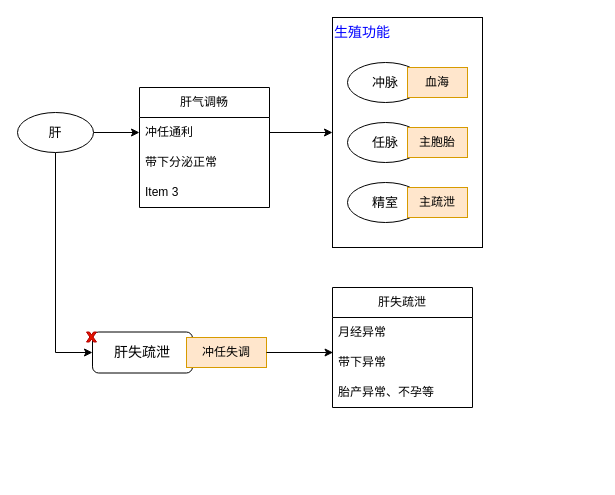
This is 医门推敲叁/中医藏象学说/藏象学说之肝/肝的生理功能/005肝的调节生殖功能.drawio from 328507133/chart, a draw.io file, before an edit. Source tidied: cells renumbered, new cells numbered last; positions are measured from the earlier drawing's top-left corner, leaving out a move shared by most shapes. Both pictures are drawn from the tidied source at 100%, with x=0, y=0 at pixel (17, 17).
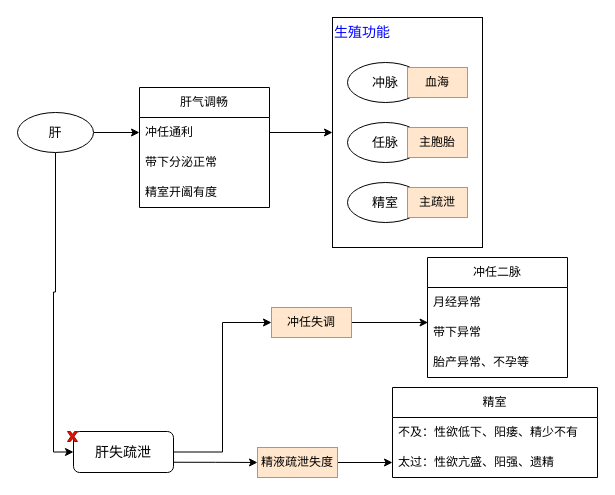
The same diagram, later.

Commit message (it also covers changes not shown here):
更新005肝的调节生殖功能.drawio

Unchanged cells that the change refers to:
```xml
<mxCell id="19" value="肝气调畅" style="swimlane;fontStyle=0;horizontal=1;startSize=30;whiteSpace=wrap;html=1;" parent="1" vertex="1">
  <mxGeometry x="122" y="70" width="130" height="120" as="geometry" />
</mxCell>
<mxCell id="26" value="带下异常" style="text;strokeColor=none;fillColor=none;align=left;verticalAlign=middle;spacingLeft=4;spacingRight=4;overflow=hidden;points=[[0,0.5],[1,0.5]];portConstraint=eastwest;whiteSpace=wrap;html=1;" parent="24" vertex="1">
  <mxGeometry y="60" width="140" height="30" as="geometry" />
</mxCell>
<mxCell id="29" value="肝失疏泄" style="rounded=1;whiteSpace=wrap;html=1;fontSize=14;" parent="28" vertex="1">
  <mxGeometry x="6" width="100" height="41" as="geometry" />
</mxCell>
```

What changed in the source:
```diff
@@
-    <mxCell id="22" value="Item 3" style="text;strokeColor=none;fillColor=none;align=left;verticalAlign=middle;spacingLeft=4;spacingRight=4;overflow=hidden;whiteSpace=wrap;html=1;" parent="19" vertex="1">
+    <mxCell id="22" value="精室开阖有度" style="text;strokeColor=none;fillColor=none;align=left;verticalAlign=middle;spacingLeft=4;spacingRight=4;overflow=hidden;whiteSpace=wrap;html=1;" parent="19" vertex="1">
       <mxGeometry y="90" width="130" height="30" as="geometry" />
     </mxCell>
@@
-    <mxCell id="24" value="肝失疏泄" style="swimlane;fontStyle=0;horizontal=1;startSize=30;whiteSpace=wrap;html=1;" parent="1" vertex="1">
-      <mxGeometry x="315" y="270" width="140" height="120" as="geometry" />
+    <mxCell id="24" value="冲任二脉" style="swimlane;fontStyle=0;horizontal=1;startSize=30;whiteSpace=wrap;html=1;" parent="1" vertex="1">
+      <mxGeometry x="410" y="240" width="140" height="120" as="geometry" />
     </mxCell>
@@
     <mxCell id="28" style="group;" parent="1" vertex="1">
-      <mxGeometry x="69" y="314.5" width="180" height="41" as="geometry" />
+      <mxGeometry x="50" y="414" width="180" height="41" as="geometry" />
     </mxCell>
@@
+    <mxCell id="32" style="edgeStyle=orthogonalEdgeStyle;rounded=0;jettySize=auto;html=1;entryX=0.004;entryY=0.167;entryDx=0;entryDy=0;entryPerimeter=0;" parent="1" edge="1" source="31" target="26">
+      <mxGeometry relative="1" as="geometry" />
+    </mxCell>
+    <mxCell id="33" value="精室" style="swimlane;fontStyle=0;horizontal=1;startSize=30;whiteSpace=wrap;html=1;" parent="1" vertex="1">
+      <mxGeometry x="375" y="370" width="205" height="90" as="geometry" />
+    </mxCell>
+    <mxCell id="34" value="不及：性欲低下、阳痿、精少不有" style="text;strokeColor=none;fillColor=none;align=left;verticalAlign=middle;spacingLeft=4;spacingRight=4;overflow=hidden;whiteSpace=wrap;html=1;" parent="33" vertex="1">
+      <mxGeometry y="30" width="205" height="30" as="geometry" />
+    </mxCell>
+    <mxCell id="35" value="太过：性欲亢盛、阳强、遗精" style="text;strokeColor=none;fillColor=none;align=left;verticalAlign=middle;spacingLeft=4;spacingRight=4;overflow=hidden;points=[[0,0.5],[1,0.5]];portConstraint=eastwest;whiteSpace=wrap;html=1;" parent="33" vertex="1">
+      <mxGeometry y="60" width="205" height="30" as="geometry" />
+    </mxCell>
-    <mxCell id="31" value="冲任失调" style="text;html=1;strokeColor=#d79b00;fillColor=#ffe6cc;align=center;verticalAlign=middle;whiteSpace=wrap;rounded=0;" parent="28" vertex="1">
-      <mxGeometry x="100" y="5.5" width="80" height="30" as="geometry" />
+    <mxCell id="31" value="冲任失调" style="text;html=1;strokeColor=#d79b00;fillColor=#ffe6cc;align=center;verticalAlign=middle;whiteSpace=wrap;rounded=0;" parent="1" vertex="1">
+      <mxGeometry x="254" y="290" width="80" height="30" as="geometry" />
     </mxCell>
-    <mxCell id="32" style="edgeStyle=orthogonalEdgeStyle;rounded=0;jettySize=auto;html=1;entryX=0.004;entryY=0.167;entryDx=0;entryDy=0;entryPerimeter=0;" parent="1" edge="1" source="31" target="26">
-      <mxGeometry relative="1" as="geometry" />
-    </mxCell>
+    <mxCell id="36" style="edgeStyle=orthogonalEdgeStyle;rounded=0;jettySize=auto;html=1;exitX=1;exitY=0.5;exitDx=0;exitDy=0;entryX=0;entryY=0.5;entryDx=0;entryDy=0;" parent="1" edge="1" source="29" target="31">
+      <mxGeometry relative="1" as="geometry" />
+    </mxCell>
+    <mxCell id="37" style="edgeStyle=orthogonalEdgeStyle;rounded=0;jettySize=auto;html=1;exitX=1;exitY=0.5;exitDx=0;exitDy=0;entryX=0;entryY=0.5;entryDx=0;entryDy=0;" parent="1" edge="1" source="39" target="35">
+      <mxGeometry relative="1" as="geometry" />
+    </mxCell>
+    <mxCell id="38" style="edgeStyle=orthogonalEdgeStyle;rounded=0;jettySize=auto;html=1;exitX=1;exitY=0.75;exitDx=0;exitDy=0;entryX=0;entryY=0.5;entryDx=0;entryDy=0;" parent="1" edge="1" source="29" target="39">
+      <mxGeometry relative="1" as="geometry" />
+    </mxCell>
+    <mxCell id="39" value="精液疏泄失度" style="text;html=1;strokeColor=#d79b00;fillColor=#ffe6cc;align=center;verticalAlign=middle;whiteSpace=wrap;rounded=0;" parent="1" vertex="1">
+      <mxGeometry x="240" y="430" width="80" height="30" as="geometry" />
+    </mxCell>
```
